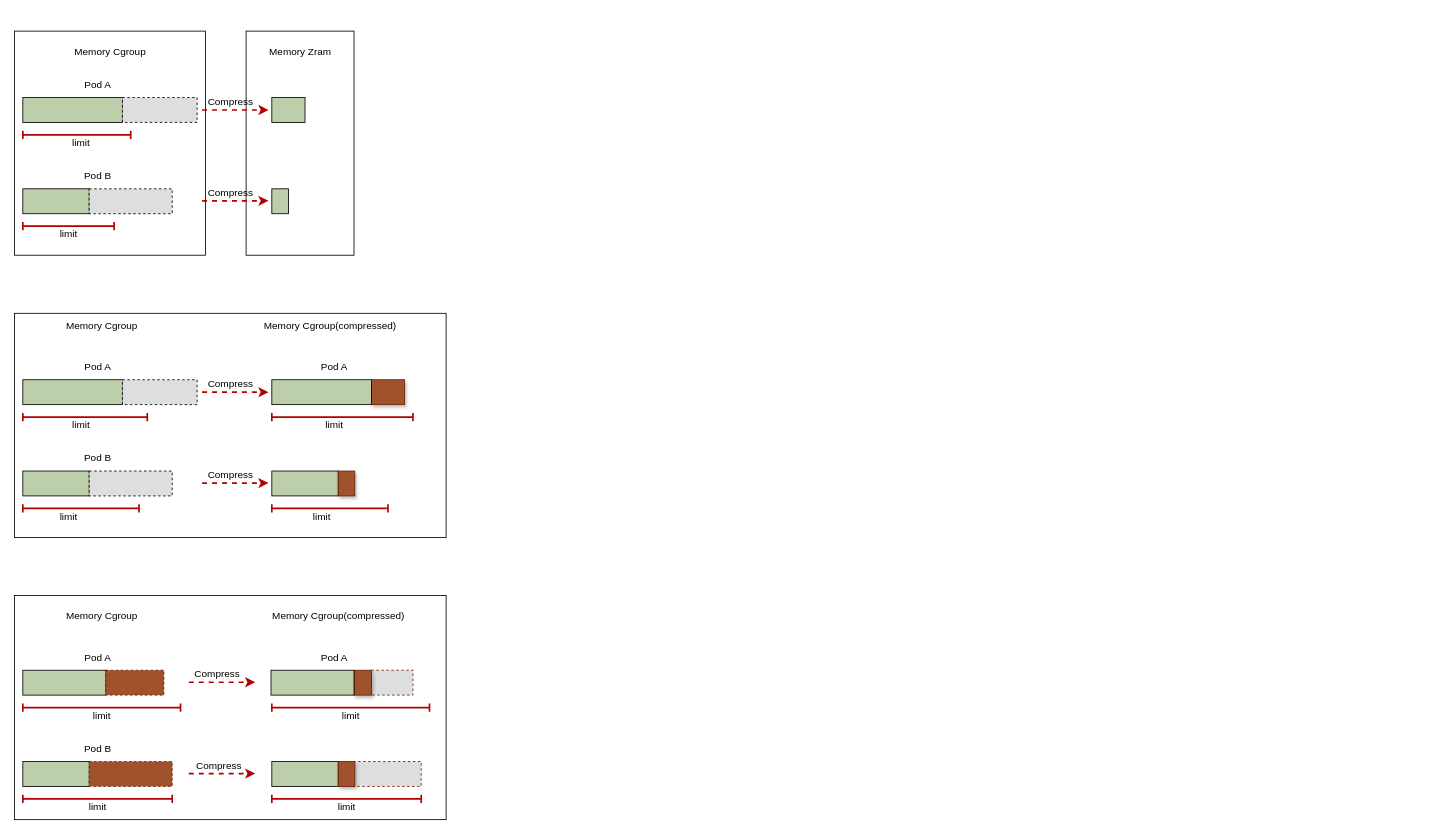
Before: wujing.drawio in payall4u/draw.io, a draw.io diagram. Source tidied: cells renumbered, new cells numbered last; positions are measured from the earlier drawing's top-left corner, leaving out a move shared by most shapes. Both pictures are drawn from the tidied source at 83%, with x=0, y=0 at pixel (14, 31).
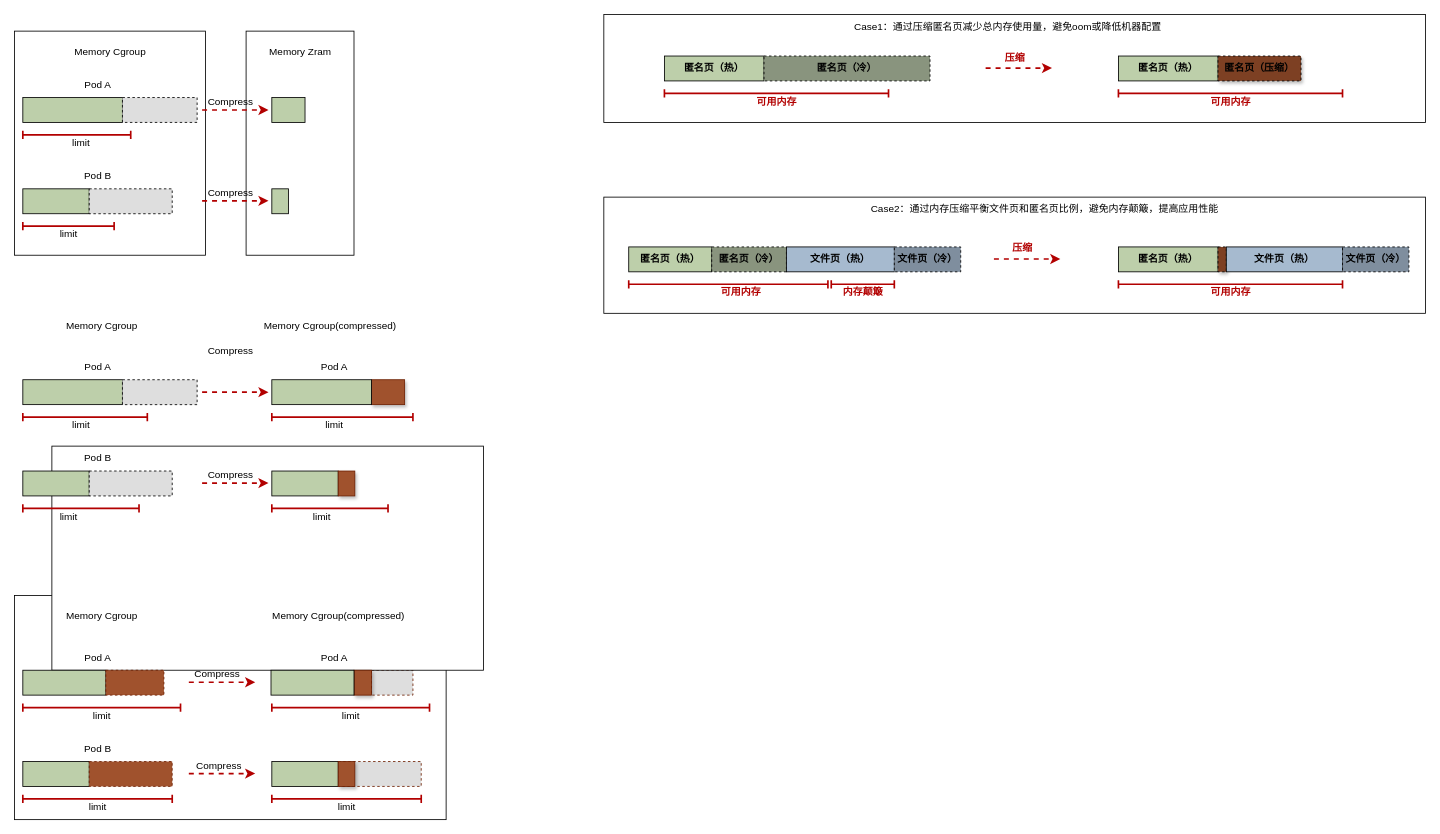
The same page after the edit.

What changed in the source:
```diff
@@
+    <mxCell id="76" style="rounded=0;whiteSpace=wrap;html=1;" parent="1" vertex="1">
+      <mxGeometry x="710" y="200" width="990" height="140" as="geometry" />
+    </mxCell>
+    <mxCell id="77" style="rounded=0;whiteSpace=wrap;html=1;" parent="1" vertex="1">
+      <mxGeometry x="710" y="-20" width="990" height="130" as="geometry" />
+    </mxCell>
@@
     <mxCell id="25" style="rounded=0;whiteSpace=wrap;html=1;" parent="1" vertex="1">
-      <mxGeometry y="340" width="520" height="270" as="geometry" />
+      <mxGeometry x="45" y="500" width="520" height="270" as="geometry" />
     </mxCell>
@@
     <mxCell id="38" value="Compress" style="text;html=1;align=center;verticalAlign=middle;strokeColor=none;fillColor=none;" parent="1" vertex="1">
-      <mxGeometry x="220" y="410" width="80" height="30" as="geometry" />
+      <mxGeometry x="220" y="370" width="80" height="30" as="geometry" />
     </mxCell>
@@
+    <mxCell id="78" value="匿名页（热）" style="rounded=0;whiteSpace=wrap;html=1;fillColor=#bdcfaa;strokeColor=#000000;shadow=0;glass=0;fontColor=#000000;fontStyle=1;align=center;" parent="1" vertex="1">
+      <mxGeometry x="740" y="260" width="100" height="30" as="geometry" />
+    </mxCell>
+    <mxCell id="79" value="匿名页（冷）" style="rounded=0;whiteSpace=wrap;html=1;fillColor=#89947E;strokeColor=#000000;shadow=0;glass=0;fontColor=#000000;fontStyle=1;align=center;dashed=1;" parent="1" vertex="1">
+      <mxGeometry x="840" y="260" width="90" height="30" as="geometry" />
+    </mxCell>
+    <mxCell id="80" value="文件页（热）" style="rounded=0;whiteSpace=wrap;html=1;fillColor=#A6BACF;strokeColor=#000000;shadow=0;glass=0;fontColor=#000000;fontStyle=1;align=center;" parent="1" vertex="1">
+      <mxGeometry x="930" y="260" width="130" height="30" as="geometry" />
+    </mxCell>
+    <mxCell id="81" style="shape=crossbar;whiteSpace=wrap;html=1;rounded=1;fillColor=#e51400;fontColor=#ffffff;strokeColor=#B20000;strokeWidth=2;" parent="1" vertex="1">
+      <mxGeometry x="740" y="300" width="240" height="10" as="geometry" />
+    </mxCell>
+    <mxCell id="82" value="文件页（冷）" style="rounded=0;whiteSpace=wrap;html=1;fillColor=#7F8E9E;strokeColor=#000000;shadow=0;glass=0;fontColor=#000000;fontStyle=1;align=center;dashed=1;" parent="1" vertex="1">
+      <mxGeometry x="1060" y="260" width="80" height="30" as="geometry" />
+    </mxCell>
+    <mxCell id="83" value="&lt;font color=&quot;#b20000&quot;&gt;&lt;b&gt;可用内存&lt;/b&gt;&lt;/font&gt;" style="text;html=1;align=center;verticalAlign=middle;strokeColor=none;fillColor=none;" parent="1" vertex="1">
+      <mxGeometry x="840" y="300" width="70" height="30" as="geometry" />
+    </mxCell>
+    <mxCell id="84" style="shape=crossbar;whiteSpace=wrap;html=1;rounded=1;fillColor=#e51400;fontColor=#ffffff;strokeColor=#B20000;strokeWidth=2;" parent="1" vertex="1">
+      <mxGeometry x="984" y="300" width="76" height="10" as="geometry" />
+    </mxCell>
+    <mxCell id="85" value="&lt;font color=&quot;#b20000&quot;&gt;&lt;b&gt;内存颠簸&lt;/b&gt;&lt;/font&gt;" style="text;html=1;align=center;verticalAlign=middle;strokeColor=none;fillColor=none;" parent="1" vertex="1">
+      <mxGeometry x="987" y="300" width="70" height="30" as="geometry" />
+    </mxCell>
+    <mxCell id="86" value="匿名页（热）" style="rounded=0;whiteSpace=wrap;html=1;fillColor=#bdcfaa;strokeColor=#000000;shadow=0;glass=0;fontColor=#000000;fontStyle=1;align=center;" parent="1" vertex="1">
+      <mxGeometry x="1330" y="260" width="120" height="30" as="geometry" />
+    </mxCell>
+    <mxCell id="87" style="rounded=0;whiteSpace=wrap;html=1;fillColor=#7D4023;strokeColor=#000000;shadow=1;glass=0;fontColor=#000000;fontStyle=1;align=center;dashed=1;" parent="1" vertex="1">
+      <mxGeometry x="1450" y="260" width="10" height="30" as="geometry" />
+    </mxCell>
+    <mxCell id="88" value="文件页（热）" style="rounded=0;whiteSpace=wrap;html=1;fillColor=#A6BACF;strokeColor=#000000;shadow=0;glass=0;fontColor=#000000;fontStyle=1;align=center;" parent="1" vertex="1">
+      <mxGeometry x="1460" y="260" width="140" height="30" as="geometry" />
+    </mxCell>
+    <mxCell id="89" style="shape=crossbar;whiteSpace=wrap;html=1;rounded=1;fillColor=#e51400;fontColor=#ffffff;strokeColor=#B20000;strokeWidth=2;" parent="1" vertex="1">
+      <mxGeometry x="1330" y="300" width="270" height="10" as="geometry" />
+    </mxCell>
+    <mxCell id="90" value="文件页（冷）" style="rounded=0;whiteSpace=wrap;html=1;fillColor=#7F8E9E;strokeColor=#000000;shadow=0;glass=0;fontColor=#000000;fontStyle=1;align=center;dashed=1;" parent="1" vertex="1">
+      <mxGeometry x="1600" y="260" width="80" height="30" as="geometry" />
+    </mxCell>
+    <mxCell id="91" value="&lt;font color=&quot;#b20000&quot;&gt;&lt;b&gt;可用内存&lt;/b&gt;&lt;/font&gt;" style="text;html=1;align=center;verticalAlign=middle;strokeColor=none;fillColor=none;" parent="1" vertex="1">
+      <mxGeometry x="1430" y="300" width="70" height="30" as="geometry" />
+    </mxCell>
+    <mxCell id="92" value="匿名页（热）" style="rounded=0;whiteSpace=wrap;html=1;fillColor=#bdcfaa;strokeColor=#000000;shadow=0;glass=0;fontColor=#000000;fontStyle=1;align=center;" parent="1" vertex="1">
+      <mxGeometry x="783" y="30" width="120" height="30" as="geometry" />
+    </mxCell>
+    <mxCell id="93" value="匿名页（冷）" style="rounded=0;whiteSpace=wrap;html=1;fillColor=#89947E;strokeColor=#000000;shadow=0;glass=0;fontColor=#000000;fontStyle=1;align=center;dashed=1;" parent="1" vertex="1">
+      <mxGeometry x="903" y="30" width="200" height="30" as="geometry" />
+    </mxCell>
+    <mxCell id="94" style="shape=crossbar;whiteSpace=wrap;html=1;rounded=1;fillColor=#e51400;fontColor=#ffffff;strokeColor=#B20000;strokeWidth=2;" parent="1" vertex="1">
+      <mxGeometry x="783" y="70" width="270" height="10" as="geometry" />
+    </mxCell>
+    <mxCell id="95" value="&lt;font color=&quot;#b20000&quot;&gt;&lt;b&gt;可用内存&lt;/b&gt;&lt;/font&gt;" style="text;html=1;align=center;verticalAlign=middle;strokeColor=none;fillColor=none;" parent="1" vertex="1">
+      <mxGeometry x="883" y="70" width="70" height="30" as="geometry" />
+    </mxCell>
+    <mxCell id="96" value="匿名页（热）" style="rounded=0;whiteSpace=wrap;html=1;fillColor=#bdcfaa;strokeColor=#000000;shadow=0;glass=0;fontColor=#000000;fontStyle=1;align=center;" parent="1" vertex="1">
+      <mxGeometry x="1330" y="30" width="120" height="30" as="geometry" />
+    </mxCell>
+    <mxCell id="97" value="匿名页（压缩）" style="rounded=0;whiteSpace=wrap;html=1;fillColor=#7D4023;strokeColor=#000000;shadow=1;glass=0;fontColor=#000000;fontStyle=1;align=center;dashed=1;" parent="1" vertex="1">
+      <mxGeometry x="1450" y="30" width="100" height="30" as="geometry" />
+    </mxCell>
+    <mxCell id="98" style="shape=crossbar;whiteSpace=wrap;html=1;rounded=1;fillColor=#e51400;fontColor=#ffffff;strokeColor=#B20000;strokeWidth=2;" parent="1" vertex="1">
+      <mxGeometry x="1330" y="70" width="270" height="10" as="geometry" />
+    </mxCell>
+    <mxCell id="99" value="&lt;font color=&quot;#b20000&quot;&gt;&lt;b&gt;可用内存&lt;/b&gt;&lt;/font&gt;" style="text;html=1;align=center;verticalAlign=middle;strokeColor=none;fillColor=none;" parent="1" vertex="1">
+      <mxGeometry x="1430" y="70" width="70" height="30" as="geometry" />
+    </mxCell>
+    <mxCell id="100" style="endArrow=classic;html=1;rounded=0;strokeColor=#B20000;strokeWidth=2;exitX=1;exitY=0.5;exitDx=0;exitDy=0;dashed=1;" parent="1" edge="1">
+      <mxGeometry relative="1" as="geometry">
+        <mxPoint x="1180" y="274.5" as="sourcePoint" />
+        <mxPoint x="1260" y="274.5" as="targetPoint" />
+      </mxGeometry>
+    </mxCell>
+    <mxCell id="101" style="endArrow=classic;html=1;rounded=0;strokeColor=#B20000;strokeWidth=2;exitX=1;exitY=0.5;exitDx=0;exitDy=0;dashed=1;" parent="1" edge="1">
+      <mxGeometry relative="1" as="geometry">
+        <mxPoint x="1170" y="44.5" as="sourcePoint" />
+        <mxPoint x="1250" y="44.5" as="targetPoint" />
+      </mxGeometry>
+    </mxCell>
+    <mxCell id="102" value="&lt;font color=&quot;#b20000&quot;&gt;&lt;b&gt;压缩&lt;/b&gt;&lt;/font&gt;" style="text;html=1;align=center;verticalAlign=middle;strokeColor=none;fillColor=none;" parent="1" vertex="1">
+      <mxGeometry x="1189" y="247" width="50" height="30" as="geometry" />
+    </mxCell>
+    <mxCell id="103" value="&lt;font color=&quot;#b20000&quot;&gt;&lt;b&gt;压缩&lt;/b&gt;&lt;/font&gt;" style="text;html=1;align=center;verticalAlign=middle;strokeColor=none;fillColor=none;" parent="1" vertex="1">
+      <mxGeometry x="1180" y="17" width="50" height="30" as="geometry" />
+    </mxCell>
+    <mxCell id="104" value="Case1：通过压缩匿名页减少总内存使用量，避免oom或降低机器配置" style="text;html=1;align=left;verticalAlign=middle;strokeColor=none;fillColor=none;" parent="1" vertex="1">
+      <mxGeometry x="1010" y="-20" width="390" height="30" as="geometry" />
+    </mxCell>
+    <mxCell id="105" value="Case2：通过内存压缩平衡文件页和匿名页比例，避免内存颠簸，提高应用性能" style="text;html=1;align=left;verticalAlign=middle;strokeColor=none;fillColor=none;" parent="1" vertex="1">
+      <mxGeometry x="1030" y="200" width="440" height="30" as="geometry" />
+    </mxCell>
```
